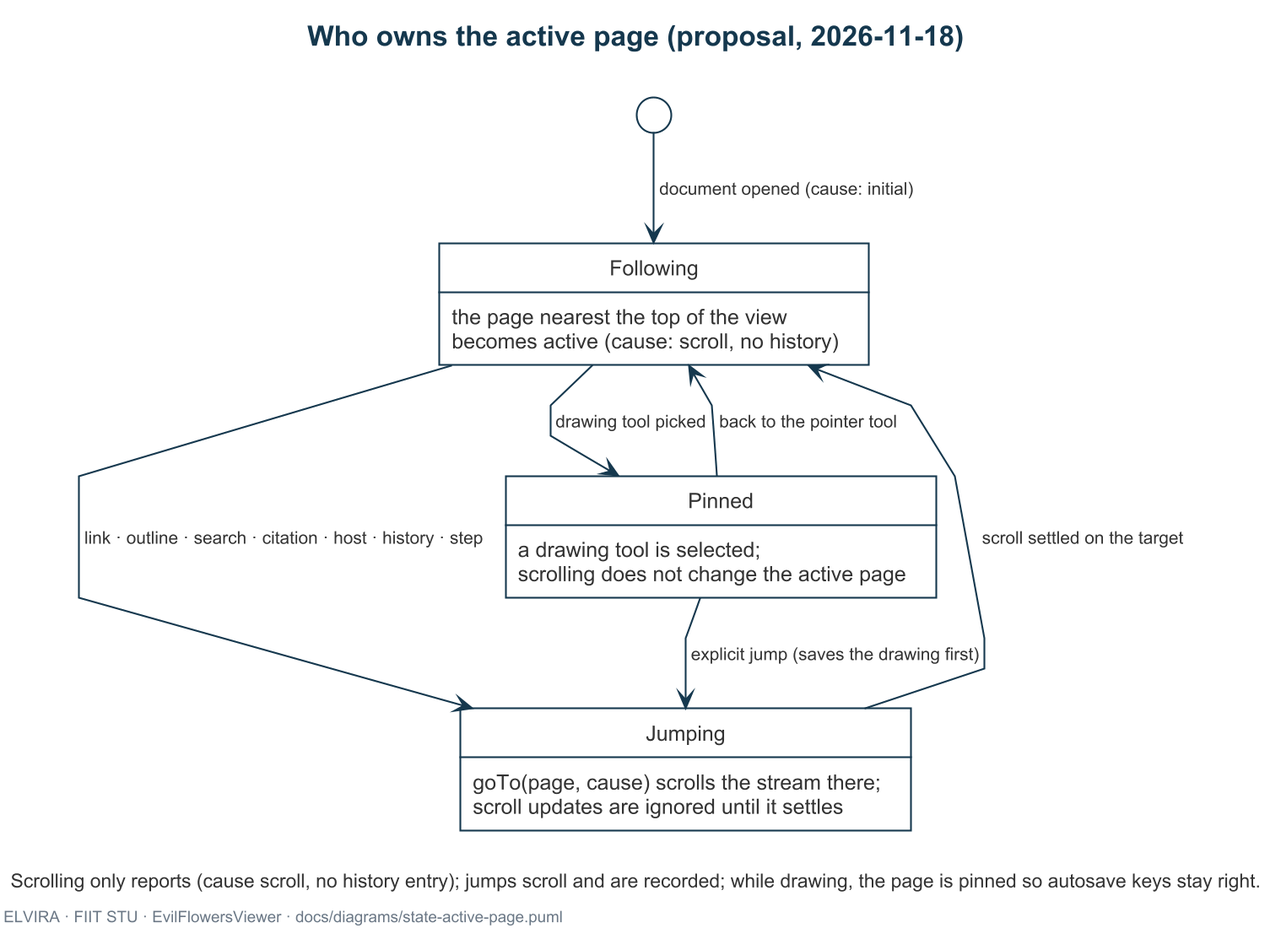
The PlantUML diagram docs/diagrams/state-active-page.png in EvilFlowersCatalog/EvilFlowersViewer, before a commit. Source of this version:
```plantuml
@startuml state-active-page
!include elvira.iuml

title Who owns the active page (proposal, 2026-11-18)

[*] --> Following : document opened (cause: initial)

state Following : the page nearest the top of the view\nbecomes active (cause: scroll, no history)
state Jumping : goTo(page, cause) scrolls the stream there;\nscroll updates are ignored until it settles
state Pinned : a drawing tool is selected;\nscrolling does not change the active page

Following --> Jumping : link · outline · search · citation · host · history · step
Jumping --> Following : scroll settled on the target
Following --> Pinned : drawing tool picked
Pinned --> Following : back to the pointer tool
Pinned --> Jumping : explicit jump (saves the drawing first)

caption Scrolling only reports (cause scroll, no history entry); jumps scroll and are recorded; while drawing, the page is pinned so autosave keys stay right.
footer ELVIRA · FIIT STU · EvilFlowersViewer · docs/diagrams/state-active-page.puml
@enduml
```
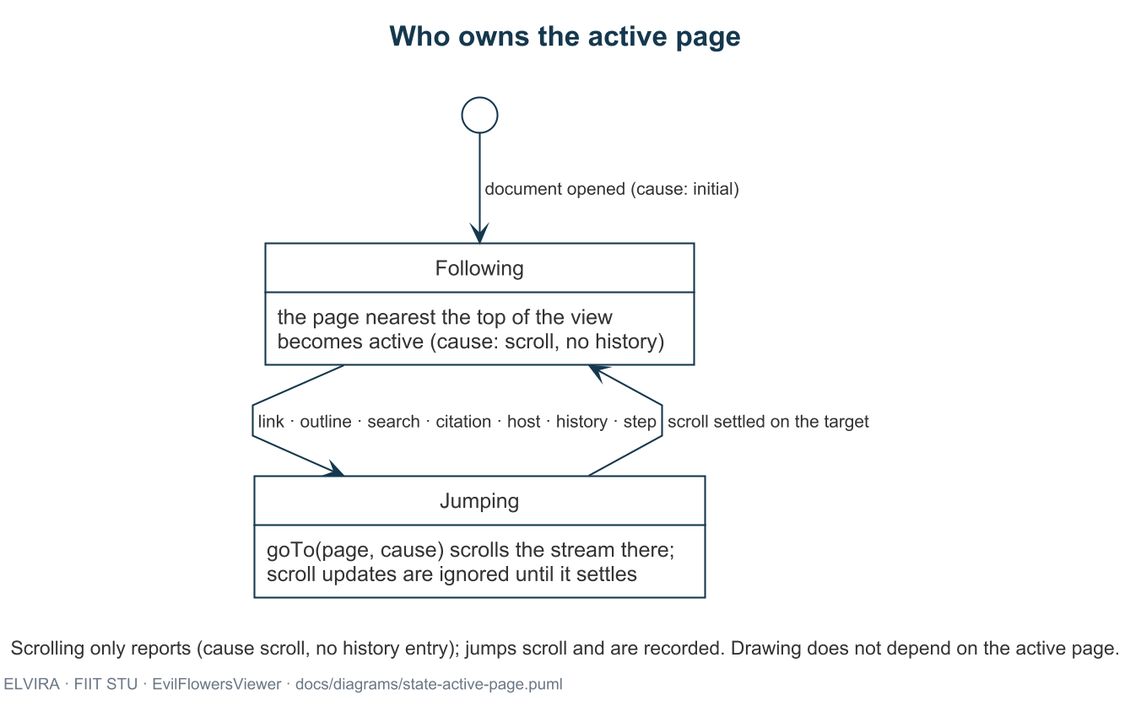
After the change.

Change to the diagram source:
```diff
@@ -1,20 +1,16 @@
 @startuml state-active-page
 !include elvira.iuml
 
-title Who owns the active page (proposal, 2026-11-18)
+title Who owns the active page
 
 [*] --> Following : document opened (cause: initial)
 
 state Following : the page nearest the top of the view\nbecomes active (cause: scroll, no history)
 state Jumping : goTo(page, cause) scrolls the stream there;\nscroll updates are ignored until it settles
-state Pinned : a drawing tool is selected;\nscrolling does not change the active page
 
 Following --> Jumping : link · outline · search · citation · host · history · step
 Jumping --> Following : scroll settled on the target
-Following --> Pinned : drawing tool picked
-Pinned --> Following : back to the pointer tool
-Pinned --> Jumping : explicit jump (saves the drawing first)
 
-caption Scrolling only reports (cause scroll, no history entry); jumps scroll and are recorded; while drawing, the page is pinned so autosave keys stay right.
+caption Scrolling only reports (cause scroll, no history entry); jumps scroll and are recorded. Drawing does not depend on the active page.
 footer ELVIRA · FIIT STU · EvilFlowersViewer · docs/diagrams/state-active-page.puml
 @enduml
```
